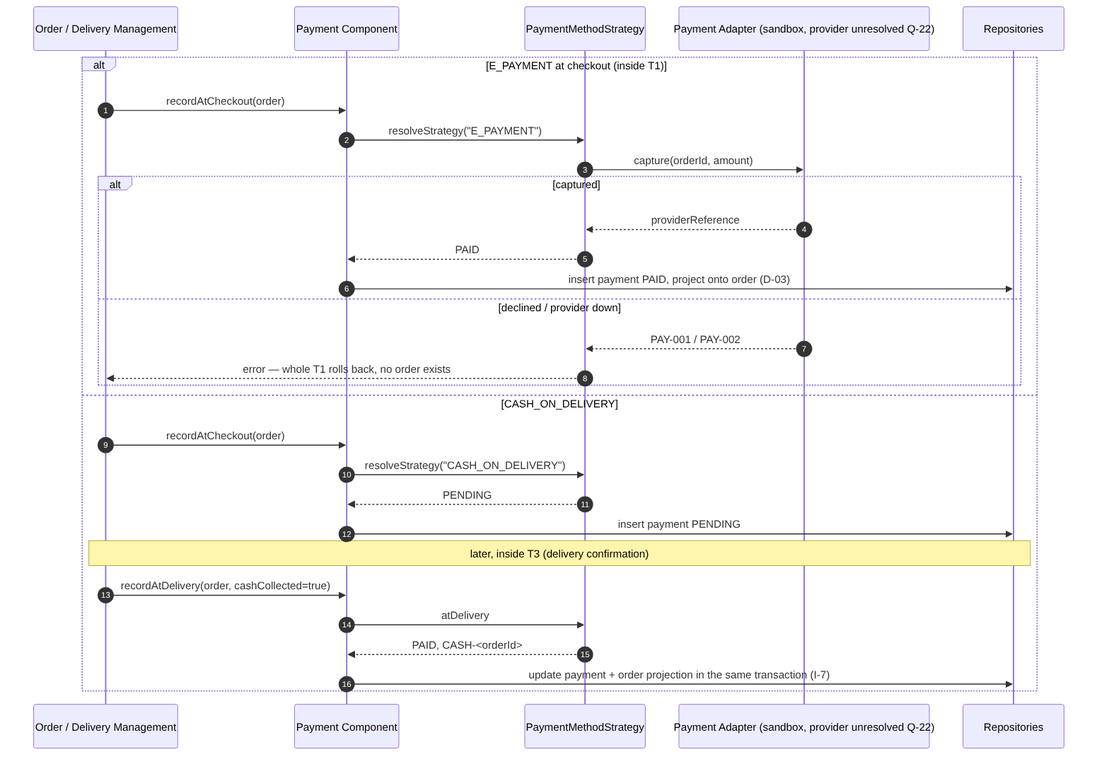
This is docs/uml/sequence-uc03-payment.png from HamzaBL04/FoodGO, a Mermaid export, as it was before one commit. Its source is kept beside it as docs/uml/sequence-uc03-payment.mmd.
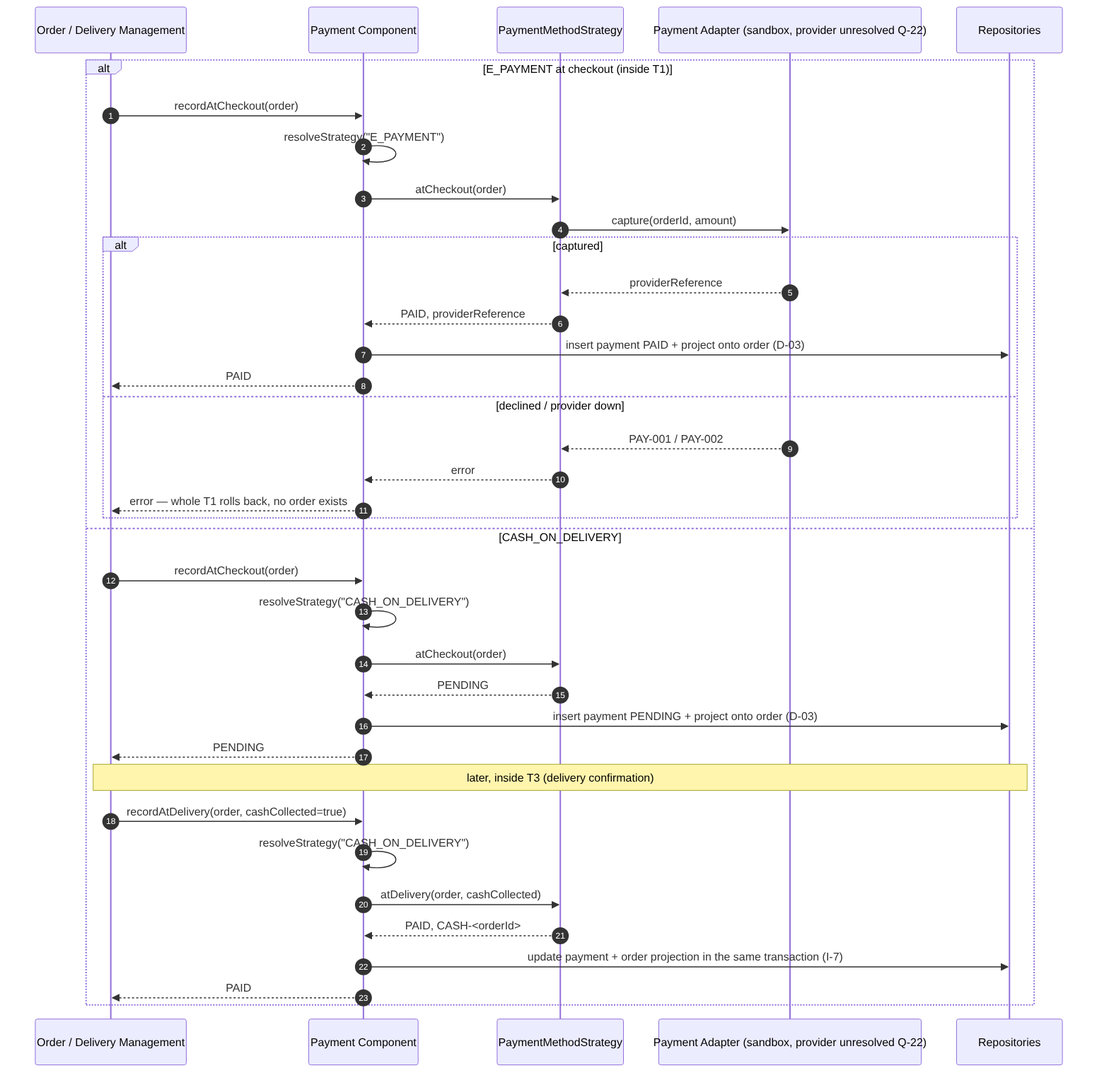
The same diagram one commit later.

Diff of the diagram source:
```diff
@@ -8,24 +8,31 @@
 
   alt E_PAYMENT at checkout (inside T1)
     OM->>PC: recordAtCheckout(order)
-    PC->>ST: resolveStrategy("E_PAYMENT")
+    PC->>PC: resolveStrategy("E_PAYMENT")
+    PC->>ST: atCheckout(order)
     ST->>AD: capture(orderId, amount)
     alt captured
       AD-->>ST: providerReference
-      ST-->>PC: PAID
-      PC->>DB: insert payment PAID, project onto order (D-03)
+      ST-->>PC: PAID, providerReference
+      PC->>DB: insert payment PAID + project onto order (D-03)
+      PC-->>OM: PAID
     else declined / provider down
       AD-->>ST: PAY-001 / PAY-002
-      ST-->>OM: error — whole T1 rolls back, no order exists
+      ST-->>PC: error
+      PC-->>OM: error — whole T1 rolls back, no order exists
     end
   else CASH_ON_DELIVERY
     OM->>PC: recordAtCheckout(order)
-    PC->>ST: resolveStrategy("CASH_ON_DELIVERY")
+    PC->>PC: resolveStrategy("CASH_ON_DELIVERY")
+    PC->>ST: atCheckout(order)
     ST-->>PC: PENDING
-    PC->>DB: insert payment PENDING
+    PC->>DB: insert payment PENDING + project onto order (D-03)
+    PC-->>OM: PENDING
     note over OM,DB: later, inside T3 (delivery confirmation)
     OM->>PC: recordAtDelivery(order, cashCollected=true)
-    PC->>ST: atDelivery
+    PC->>PC: resolveStrategy("CASH_ON_DELIVERY")
+    PC->>ST: atDelivery(order, cashCollected)
     ST-->>PC: PAID, CASH-<orderId>
     PC->>DB: update payment + order projection in the same transaction (I-7)
+    PC-->>OM: PAID
   end
```
